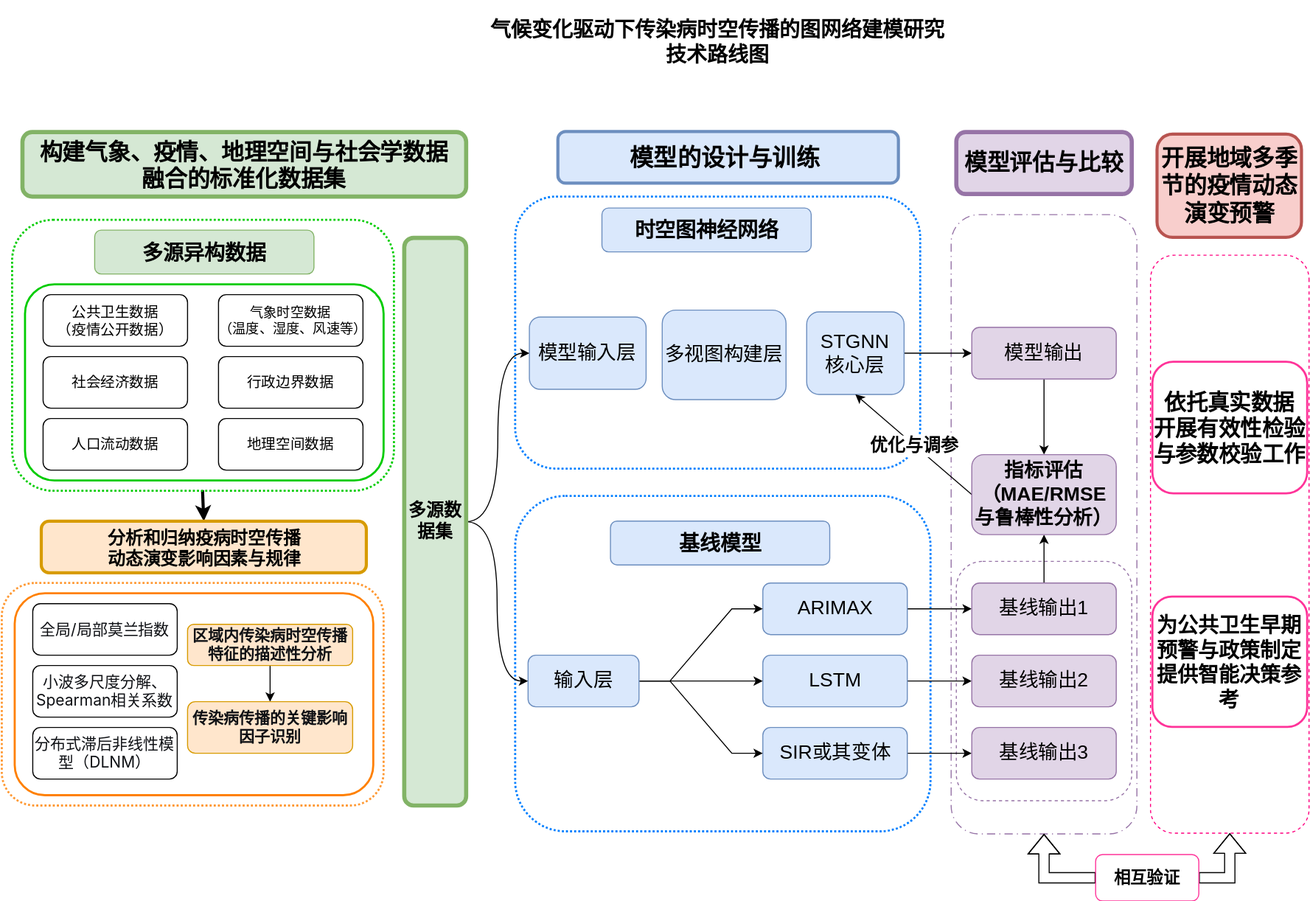
This is 技术路线图.drawio.svg from jyi-hub/DLEP, a draw.io export, as it was before one commit. Source tidied: cells renumbered, new cells last; positions are measured from the earlier drawing's top-left corner, leaving out a move shared by most shapes.
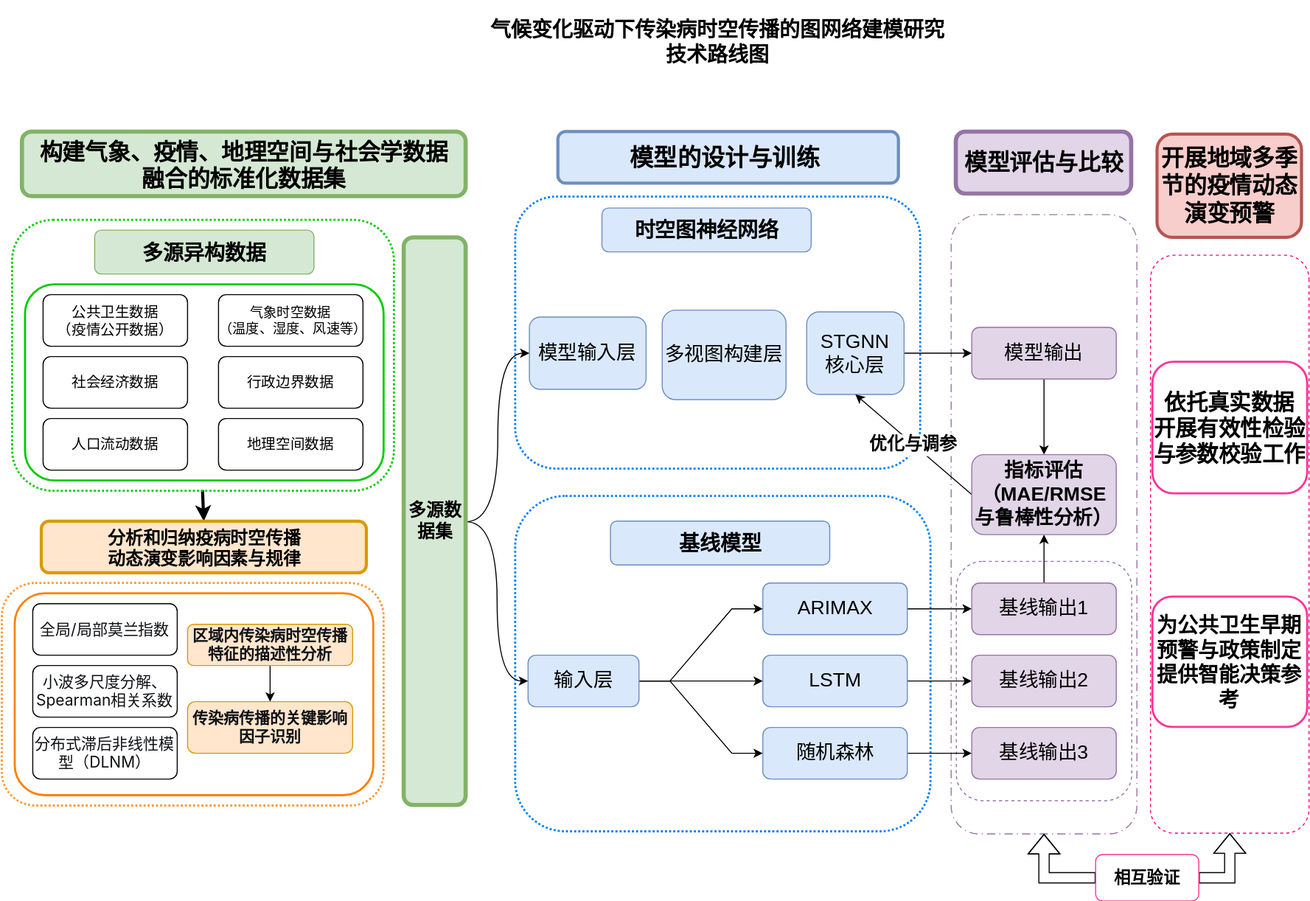
The same file after the commit.

Commit message:
更新技术路线图.drawio.svg

What changed in the source:
```diff
@@ -149,7 +149,7 @@
     <mxCell id="49" style="edgeStyle=orthogonalEdgeStyle;rounded=0;jettySize=auto;html=1;exitX=1;exitY=0.5;exitDx=0;exitDy=0;entryX=0;entryY=0.5;entryDx=0;entryDy=0;fontSize=16;" parent="1" edge="1" source="50" target="66">
       <mxGeometry relative="1" as="geometry" />
     </mxCell>
-    <mxCell id="50" value="SIR或其变体" style="rounded=1;whiteSpace=wrap;html=1;fillColor=#dae8fc;strokeColor=#6c8ebf;fontSize=19;" parent="1" vertex="1">
+    <mxCell id="50" value="随机森林" style="rounded=1;whiteSpace=wrap;html=1;fillColor=#dae8fc;strokeColor=#6c8ebf;fontSize=19;" parent="1" vertex="1">
       <mxGeometry x="737.5" y="704.4" width="140" height="50" as="geometry" />
     </mxCell>
     <mxCell id="51" style="edgeStyle=entityRelationEdgeStyle;rounded=0;jettySize=auto;html=1;exitX=1;exitY=0.5;exitDx=0;exitDy=0;entryX=0;entryY=0.5;entryDx=0;entryDy=0;fontSize=16;" parent="1" edge="1" source="54" target="46">
```
